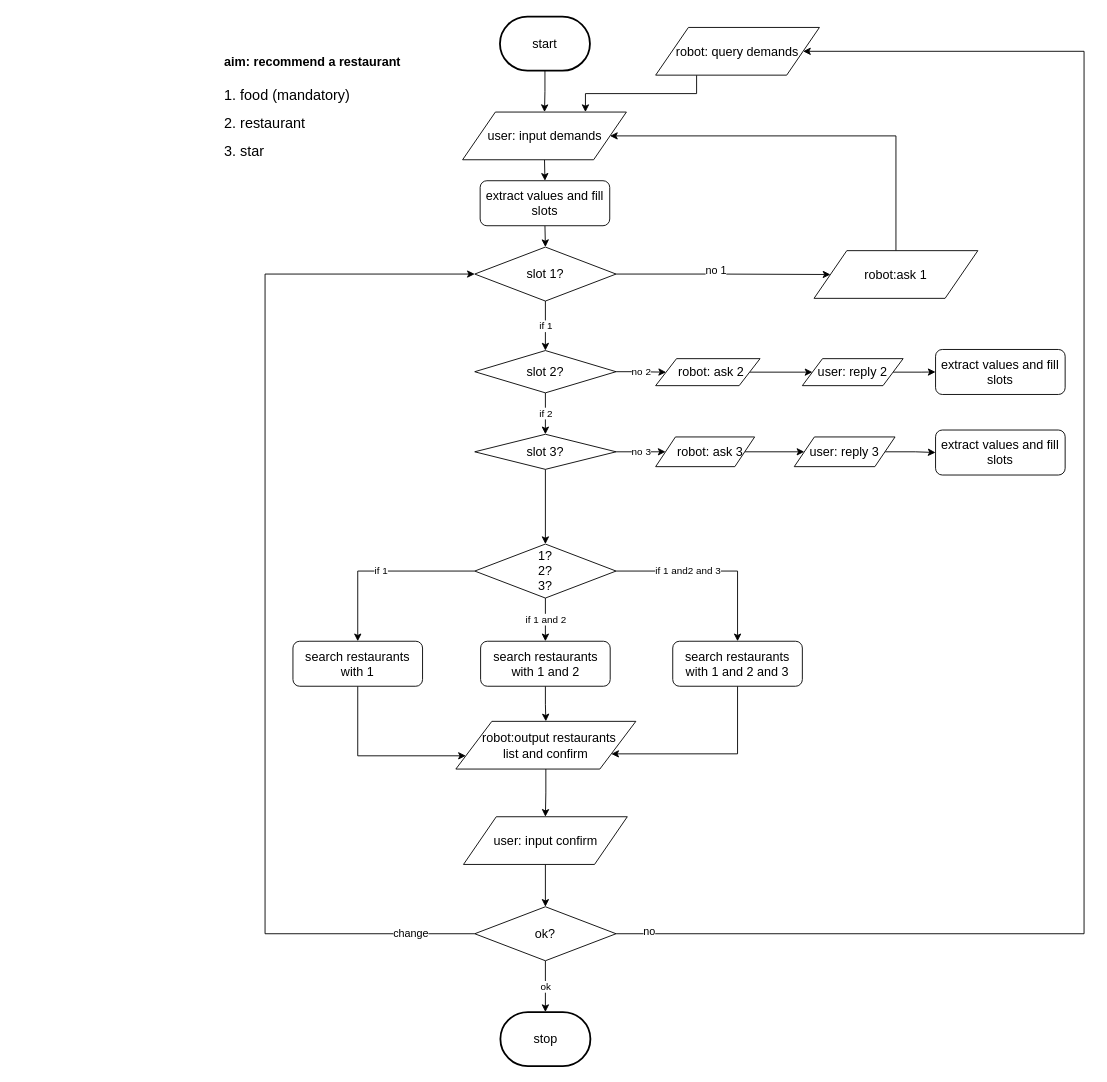
This is flow_diagram/dinning_consult.drawio from ricosr/travel_consult_chatbot, a draw.io file, before an edit. Source tidied: cells renumbered, new cells numbered last; positions are measured from the earlier drawing's top-left corner, leaving out a move shared by most shapes. Both pictures are drawn from the tidied source at 90%, with x=0, y=0 at pixel (220, 16).
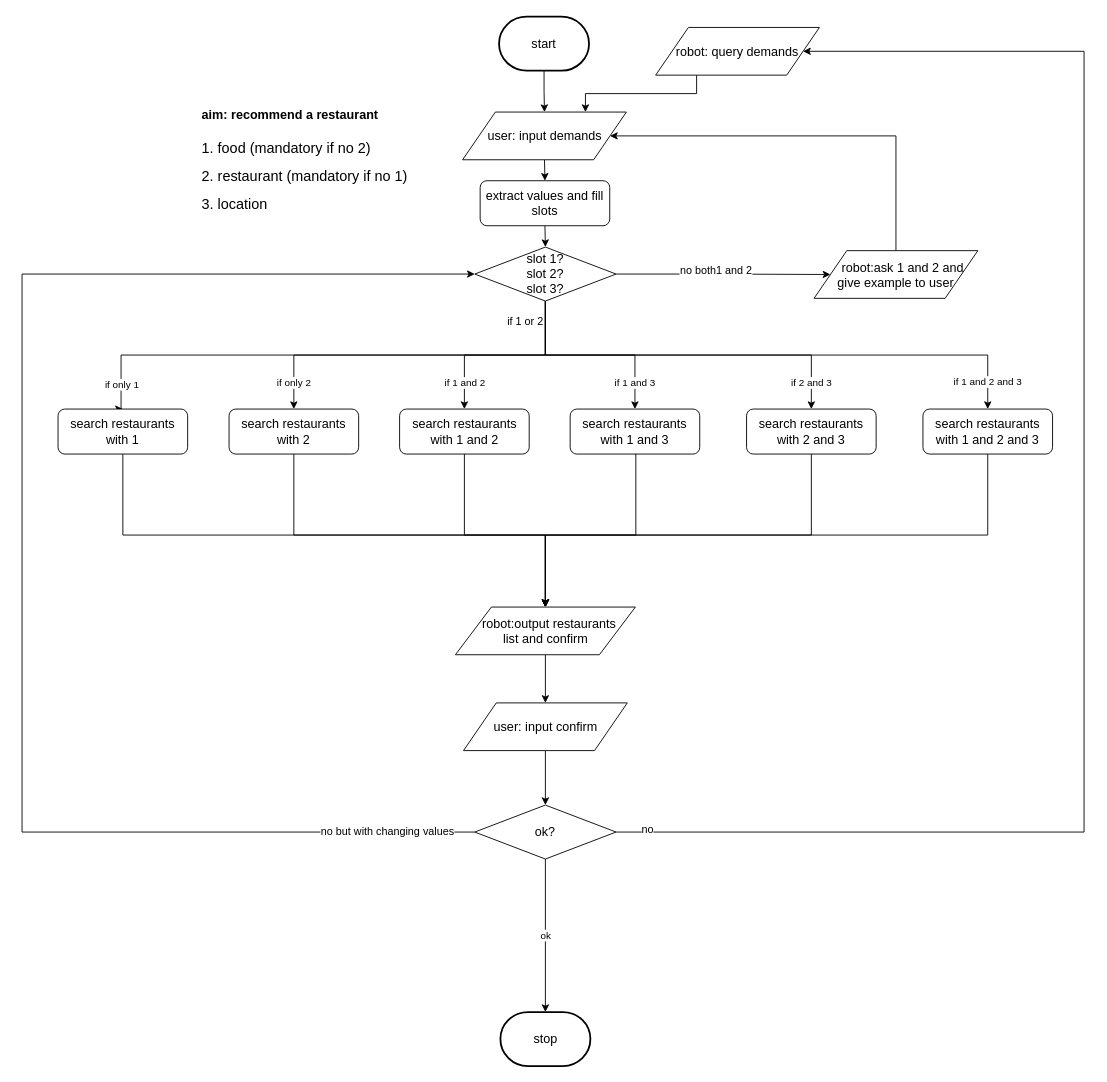
Above is the later version.

The change refers to these unchanged cells:
```xml
<mxCell id="3" style="edgeStyle=orthogonalEdgeStyle;rounded=0;jettySize=auto;html=1;exitX=1;exitY=0.5;exitDx=0;exitDy=0;entryX=0;entryY=0.5;entryDx=0;entryDy=0;" parent="1" edge="1" source="6" target="14">
  <mxGeometry relative="1" as="geometry" />
</mxCell>
<mxCell id="8" value="&lt;font style=&quot;font-size: 14px&quot;&gt;robot:&amp;nbsp;&lt;/font&gt;&lt;span style=&quot;font-size: 14px&quot;&gt;query demands&lt;/span&gt;" style="shape=parallelogram;perimeter=parallelogramPerimeter;whiteSpace=wrap;html=1;" parent="1" vertex="1">
  <mxGeometry x="484" y="12" width="182" height="53" as="geometry" />
</mxCell>
```

The edit, as a diff of the source:
```diff
@@
-    <mxCell id="2" value="&lt;h1&gt;&lt;font style=&quot;font-size: 14px&quot;&gt;aim:&amp;nbsp;recommend a restaurant&lt;/font&gt;&lt;/h1&gt;&lt;p&gt;&lt;font size=&quot;3&quot;&gt;1. food (mandatory)&lt;br&gt;&lt;/font&gt;&lt;/p&gt;&lt;p&gt;&lt;font size=&quot;3&quot;&gt;2. restaurant&lt;/font&gt;&lt;/p&gt;&lt;p&gt;&lt;font size=&quot;3&quot;&gt;3. star&lt;/font&gt;&lt;br&gt;&lt;/p&gt;" style="text;html=1;strokeColor=none;fillColor=none;spacing=5;spacingTop=-20;whiteSpace=wrap;overflow=hidden;rounded=0;" parent="1" vertex="1">
-      <mxGeometry y="26.5" width="220" height="162" as="geometry" />
+    <mxCell id="2" value="&lt;h1&gt;&lt;font style=&quot;font-size: 14px&quot;&gt;aim:&amp;nbsp;recommend a restaurant&lt;/font&gt;&lt;/h1&gt;&lt;p&gt;&lt;font size=&quot;3&quot;&gt;1. food (mandatory if no 2)&lt;br&gt;&lt;/font&gt;&lt;/p&gt;&lt;p&gt;&lt;font size=&quot;3&quot;&gt;2. restaurant (mandatory if no 1)&lt;/font&gt;&lt;/p&gt;&lt;p&gt;&lt;font size=&quot;3&quot;&gt;3. location&lt;/font&gt;&lt;br&gt;&lt;/p&gt;" style="text;html=1;strokeColor=none;fillColor=none;spacing=5;spacingTop=-20;whiteSpace=wrap;overflow=hidden;rounded=0;" parent="1" vertex="1">
+      <mxGeometry x="-25" y="86" width="250" height="131" as="geometry" />
     </mxCell>
@@
-    <mxCell id="4" value="no 1" style="text;html=1;align=center;verticalAlign=middle;labelBackgroundColor=#ffffff;" parent="3" vertex="1">
+    <mxCell id="4" value="no both1 and 2" style="text;html=1;align=center;verticalAlign=middle;labelBackgroundColor=#ffffff;" parent="3" vertex="1">
       <mxGeometry x="-0.07" y="5" relative="1" as="geometry" />
     </mxCell>
-    <mxCell id="5" value="if 1" style="edgeStyle=orthogonalEdgeStyle;rounded=0;jettySize=auto;html=1;entryX=0.5;entryY=0;entryDx=0;entryDy=0;" parent="1" edge="1" source="6" target="46">
-      <mxGeometry relative="1" as="geometry" />
-    </mxCell>
+    <mxCell id="54" value="if 1 and 3" style="edgeStyle=orthogonalEdgeStyle;rounded=0;jettySize=auto;html=1;exitX=0.5;exitY=1;exitDx=0;exitDy=0;entryX=0.5;entryY=0;entryDx=0;entryDy=0;" parent="1" edge="1" source="6" target="58">
+      <mxGeometry x="0.73" relative="1" as="geometry" />
+    </mxCell>
+    <mxCell id="55" value="if 2 and 3" style="edgeStyle=orthogonalEdgeStyle;rounded=0;jettySize=auto;html=1;exitX=0.5;exitY=1;exitDx=0;exitDy=0;entryX=0.5;entryY=0;entryDx=0;entryDy=0;" parent="1" edge="1" source="6" target="60">
+      <mxGeometry x="0.86" relative="1" as="geometry" />
+    </mxCell>
+    <mxCell id="56" value="if 1 and 2 and 3" style="edgeStyle=orthogonalEdgeStyle;rounded=0;jettySize=auto;html=1;exitX=0.5;exitY=1;exitDx=0;exitDy=0;entryX=0.5;entryY=0;entryDx=0;entryDy=0;" parent="1" edge="1" source="6" target="63">
+      <mxGeometry x="0.9" relative="1" as="geometry" />
+    </mxCell>
-    <mxCell id="6" value="&lt;font style=&quot;font-size: 14px&quot;&gt;slot 1?&lt;br&gt;&lt;/font&gt;" style="rhombus;whiteSpace=wrap;html=1;" parent="1" vertex="1">
+    <mxCell id="6" value="&lt;font style=&quot;font-size: 14px&quot;&gt;slot 1?&lt;br&gt;slot 2?&lt;br&gt;slot 3?&lt;br&gt;&lt;/font&gt;" style="rhombus;whiteSpace=wrap;html=1;" parent="1" vertex="1">
       <mxGeometry x="283" y="256" width="157" height="60" as="geometry" />
     </mxCell>
@@
     <mxCell id="10" value="&lt;span style=&quot;font-size: 14px&quot;&gt;start&lt;/span&gt;" style="strokeWidth=2;html=1;shape=mxgraph.flowchart.terminator;whiteSpace=wrap;" parent="1" vertex="1">
-      <mxGeometry x="311" width="100" height="60" as="geometry" />
+      <mxGeometry x="310" width="100" height="60" as="geometry" />
     </mxCell>
@@
-    <mxCell id="14" value="&lt;span style=&quot;font-size: 14px&quot;&gt;robot:ask 1&lt;/span&gt;" style="shape=parallelogram;perimeter=parallelogramPerimeter;whiteSpace=wrap;html=1;" parent="1" vertex="1">
+    <mxCell id="14" value="&lt;span style=&quot;font-size: 14px&quot;&gt;&amp;nbsp; &amp;nbsp; robot:ask 1 and 2 and &lt;br&gt;give example to user&lt;/span&gt;" style="shape=parallelogram;perimeter=parallelogramPerimeter;whiteSpace=wrap;html=1;" parent="1" vertex="1">
       <mxGeometry x="660" y="260" width="182" height="53" as="geometry" />
     </mxCell>
-    <mxCell id="15" style="edgeStyle=orthogonalEdgeStyle;rounded=0;jettySize=auto;html=1;" parent="1" edge="1" source="16" target="18">
-      <mxGeometry relative="1" as="geometry" />
+    <mxCell id="15" style="edgeStyle=orthogonalEdgeStyle;rounded=0;jettySize=auto;html=1;entryX=0.5;entryY=0;entryDx=0;entryDy=0;" parent="1" edge="1" source="16" target="18">
+      <mxGeometry relative="1" as="geometry">
+        <Array as="points">
+          <mxPoint x="82" y="576" />
+          <mxPoint x="362" y="576" />
+        </Array>
+      </mxGeometry>
     </mxCell>
-    <mxCell id="16" value="&lt;span style=&quot;font-size: 14px&quot;&gt;search restaurants with 1 and 2&lt;/span&gt;" style="rounded=1;whiteSpace=wrap;html=1;" parent="1" vertex="1">
-      <mxGeometry x="289.5" y="694" width="144" height="50" as="geometry" />
+    <mxCell id="16" value="&lt;span style=&quot;font-size: 14px&quot;&gt;search restaurants with 2&lt;/span&gt;" style="rounded=1;whiteSpace=wrap;html=1;" parent="1" vertex="1">
+      <mxGeometry x="10" y="436" width="144" height="50" as="geometry" />
     </mxCell>
@@
     <mxCell id="18" value="&lt;span style=&quot;font-size: 14px ; white-space: normal&quot;&gt;&amp;nbsp; &amp;nbsp;robot:output&amp;nbsp;&lt;/span&gt;&lt;span style=&quot;font-size: 14px&quot;&gt;restaurants&lt;/span&gt;&lt;span style=&quot;font-size: 14px ; white-space: normal&quot;&gt;&amp;nbsp;&lt;/span&gt;&lt;br style=&quot;font-size: 14px ; white-space: normal&quot;&gt;&lt;span style=&quot;font-size: 14px ; white-space: normal&quot;&gt;list and confirm&lt;/span&gt;" style="shape=parallelogram;perimeter=parallelogramPerimeter;whiteSpace=wrap;html=1;" parent="1" vertex="1">
-      <mxGeometry x="262" y="783" width="200" height="53" as="geometry" />
+      <mxGeometry x="261.5" y="656" width="200" height="53" as="geometry" />
     </mxCell>
@@
     <mxCell id="20" value="&lt;span style=&quot;font-size: 14px&quot;&gt;user: input confirm&lt;/span&gt;" style="shape=parallelogram;perimeter=parallelogramPerimeter;whiteSpace=wrap;html=1;" parent="1" vertex="1">
-      <mxGeometry x="270.5" y="889" width="182" height="53" as="geometry" />
+      <mxGeometry x="270.5" y="762.5" width="182" height="53" as="geometry" />
     </mxCell>
@@
     <mxCell id="22" style="edgeStyle=orthogonalEdgeStyle;rounded=0;jettySize=auto;html=1;exitX=0;exitY=0.5;exitDx=0;exitDy=0;entryX=0;entryY=0.5;entryDx=0;entryDy=0;" parent="1" edge="1" source="26" target="6">
       <mxGeometry relative="1" as="geometry">
         <Array as="points">
-          <mxPoint x="50" y="1019" />
-          <mxPoint x="50" y="286" />
+          <mxPoint x="-220" y="906" />
+          <mxPoint x="-220" y="286" />
         </Array>
       </mxGeometry>
     </mxCell>
-    <mxCell id="23" value="change" style="text;html=1;align=center;verticalAlign=middle;labelBackgroundColor=#ffffff;" parent="22" vertex="1">
+    <mxCell id="23" value="no but with changing values" style="text;html=1;align=center;verticalAlign=middle;labelBackgroundColor=#ffffff;" parent="22" vertex="1">
       <mxGeometry x="-0.88" y="-1" relative="1" as="geometry" />
     </mxCell>
     <mxCell id="24" style="edgeStyle=orthogonalEdgeStyle;rounded=0;jettySize=auto;html=1;exitX=1;exitY=0.5;exitDx=0;exitDy=0;entryX=1;entryY=0.5;entryDx=0;entryDy=0;" parent="1" edge="1" source="26" target="8">
       <mxGeometry relative="1" as="geometry">
         <Array as="points">
-          <mxPoint x="960" y="1019" />
-          <mxPoint x="960" y="39" />
+          <mxPoint x="960" y="906" />
+          <mxPoint x="960" y="38" />
         </Array>
       </mxGeometry>
     </mxCell>
@@
     <mxCell id="26" value="&lt;font style=&quot;font-size: 14px&quot;&gt;ok?&lt;br&gt;&lt;/font&gt;" style="rhombus;whiteSpace=wrap;html=1;" parent="1" vertex="1">
-      <mxGeometry x="283" y="989" width="157" height="60" as="geometry" />
+      <mxGeometry x="283" y="876" width="157" height="60" as="geometry" />
     </mxCell>
-    <mxCell id="27" style="edgeStyle=orthogonalEdgeStyle;rounded=0;jettySize=auto;html=1;exitX=1;exitY=0.5;exitDx=0;exitDy=0;entryX=0;entryY=0.5;entryDx=0;entryDy=0;" parent="1" edge="1" source="28" target="30">
-      <mxGeometry relative="1" as="geometry" />
-    </mxCell>
-    <mxCell id="28" value="&lt;span style=&quot;font-size: 14px ; white-space: normal&quot;&gt;&amp;nbsp; &amp;nbsp;robot: ask 2&amp;nbsp;&lt;/span&gt;" style="shape=parallelogram;perimeter=parallelogramPerimeter;whiteSpace=wrap;html=1;" parent="1" vertex="1">
-      <mxGeometry x="484" y="380" width="116" height="30" as="geometry" />
-    </mxCell>
-    <mxCell id="29" style="edgeStyle=orthogonalEdgeStyle;rounded=0;jettySize=auto;html=1;" parent="1" edge="1" source="30" target="52">
-      <mxGeometry relative="1" as="geometry" />
-    </mxCell>
-    <mxCell id="30" value="&lt;span style=&quot;font-size: 14px&quot;&gt;user: reply 2&lt;/span&gt;" style="shape=parallelogram;perimeter=parallelogramPerimeter;whiteSpace=wrap;html=1;" parent="1" vertex="1">
-      <mxGeometry x="647" y="380" width="112" height="30" as="geometry" />
-    </mxCell>
-    <mxCell id="31" style="edgeStyle=orthogonalEdgeStyle;rounded=0;jettySize=auto;html=1;exitX=1;exitY=0.5;exitDx=0;exitDy=0;entryX=0;entryY=0.5;entryDx=0;entryDy=0;" parent="1" edge="1" source="32" target="34">
-      <mxGeometry relative="1" as="geometry" />
-    </mxCell>
-    <mxCell id="32" value="&lt;span style=&quot;font-size: 14px ; white-space: normal&quot;&gt;&amp;nbsp; &amp;nbsp;robot: ask 3&lt;/span&gt;" style="shape=parallelogram;perimeter=parallelogramPerimeter;whiteSpace=wrap;html=1;" parent="1" vertex="1">
-      <mxGeometry x="484" y="467" width="110" height="33" as="geometry" />
-    </mxCell>
-    <mxCell id="33" style="edgeStyle=orthogonalEdgeStyle;rounded=0;jettySize=auto;html=1;exitX=1;exitY=0.5;exitDx=0;exitDy=0;entryX=0;entryY=0.5;entryDx=0;entryDy=0;" parent="1" edge="1" source="34" target="53">
-      <mxGeometry relative="1" as="geometry" />
-    </mxCell>
-    <mxCell id="34" value="&lt;span style=&quot;font-size: 14px&quot;&gt;user: reply 3&lt;/span&gt;" style="shape=parallelogram;perimeter=parallelogramPerimeter;whiteSpace=wrap;html=1;" parent="1" vertex="1">
-      <mxGeometry x="638" y="467" width="112" height="33" as="geometry" />
-    </mxCell>
-    <mxCell id="35" value="if 1" style="edgeStyle=orthogonalEdgeStyle;rounded=0;jettySize=auto;html=1;exitX=0;exitY=0.5;exitDx=0;exitDy=0;entryX=0.5;entryY=0;entryDx=0;entryDy=0;" parent="1" edge="1" source="38" target="40">
-      <mxGeometry relative="1" as="geometry" />
+    <mxCell id="35" value="if only 1" style="edgeStyle=orthogonalEdgeStyle;rounded=0;jettySize=auto;html=1;exitX=0.5;exitY=1;exitDx=0;exitDy=0;entryX=0.5;entryY=0;entryDx=0;entryDy=0;" parent="1" edge="1" source="6" target="40">
+      <mxGeometry x="0.9" y="1" relative="1" as="geometry">
+        <Array as="points">
+          <mxPoint x="362" y="376" />
+          <mxPoint x="-110" y="376" />
+        </Array>
+      </mxGeometry>
     </mxCell>
-    <mxCell id="36" value="if 1 and 2" style="edgeStyle=orthogonalEdgeStyle;rounded=0;jettySize=auto;html=1;exitX=0.5;exitY=1;exitDx=0;exitDy=0;entryX=0.5;entryY=0;entryDx=0;entryDy=0;" parent="1" edge="1" source="38" target="16">
-      <mxGeometry relative="1" as="geometry" />
+    <mxCell id="36" value="if only 2" style="edgeStyle=orthogonalEdgeStyle;rounded=0;jettySize=auto;html=1;exitX=0.5;exitY=1;exitDx=0;exitDy=0;entryX=0.5;entryY=0;entryDx=0;entryDy=0;" parent="1" edge="1" source="6" target="16">
+      <mxGeometry x="0.85" relative="1" as="geometry" />
     </mxCell>
-    <mxCell id="37" value="if 1 and2 and 3" style="edgeStyle=orthogonalEdgeStyle;rounded=0;jettySize=auto;html=1;exitX=1;exitY=0.5;exitDx=0;exitDy=0;entryX=0.5;entryY=0;entryDx=0;entryDy=0;" parent="1" edge="1" source="38" target="42">
-      <mxGeometry x="-0.25" relative="1" as="geometry" />
+    <mxCell id="37" value="if 1 and 2" style="edgeStyle=orthogonalEdgeStyle;rounded=0;jettySize=auto;html=1;exitX=0.5;exitY=1;exitDx=0;exitDy=0;entryX=0.5;entryY=0;entryDx=0;entryDy=0;" parent="1" edge="1" source="6" target="42">
+      <mxGeometry x="0.72" relative="1" as="geometry">
+        <Array as="points">
+          <mxPoint x="362" y="376" />
+          <mxPoint x="272" y="376" />
+        </Array>
+      </mxGeometry>
     </mxCell>
-    <mxCell id="38" value="&lt;font style=&quot;font-size: 14px&quot;&gt;1?&lt;br&gt;2?&lt;br&gt;3?&lt;br&gt;&lt;/font&gt;" style="rhombus;whiteSpace=wrap;html=1;" parent="1" vertex="1">
-      <mxGeometry x="283" y="586" width="157" height="60" as="geometry" />
-    </mxCell>
-    <mxCell id="39" style="edgeStyle=orthogonalEdgeStyle;rounded=0;jettySize=auto;html=1;exitX=0.5;exitY=1;exitDx=0;exitDy=0;entryX=0;entryY=0.75;entryDx=0;entryDy=0;" parent="1" edge="1" source="40" target="18">
+    <mxCell id="39" style="edgeStyle=orthogonalEdgeStyle;rounded=0;jettySize=auto;html=1;exitX=0.5;exitY=1;exitDx=0;exitDy=0;entryX=0.5;entryY=0;entryDx=0;entryDy=0;" parent="1" edge="1" source="40" target="18">
       <mxGeometry relative="1" as="geometry">
         <Array as="points">
-          <mxPoint x="153" y="821" />
+          <mxPoint x="-108" y="576" />
+          <mxPoint x="362" y="576" />
         </Array>
       </mxGeometry>
     </mxCell>
     <mxCell id="40" value="&lt;span style=&quot;font-size: 14px&quot;&gt;search restaurants with 1&lt;/span&gt;" style="rounded=1;whiteSpace=wrap;html=1;" parent="1" vertex="1">
-      <mxGeometry x="81" y="694" width="144" height="50" as="geometry" />
+      <mxGeometry x="-180" y="436" width="144" height="50" as="geometry" />
     </mxCell>
-    <mxCell id="41" style="edgeStyle=orthogonalEdgeStyle;rounded=0;jettySize=auto;html=1;exitX=0.5;exitY=1;exitDx=0;exitDy=0;entryX=1;entryY=0.75;entryDx=0;entryDy=0;" parent="1" edge="1" source="42" target="18">
+    <mxCell id="41" style="edgeStyle=orthogonalEdgeStyle;rounded=0;jettySize=auto;html=1;exitX=0.5;exitY=1;exitDx=0;exitDy=0;entryX=0.5;entryY=0;entryDx=0;entryDy=0;" parent="1" edge="1" source="42" target="18">
       <mxGeometry relative="1" as="geometry">
         <Array as="points">
-          <mxPoint x="575" y="819" />
+          <mxPoint x="272" y="576" />
+          <mxPoint x="362" y="576" />
         </Array>
       </mxGeometry>
     </mxCell>
-    <mxCell id="42" value="&lt;span style=&quot;font-size: 14px&quot;&gt;search restaurants with 1 and 2 and 3&lt;/span&gt;" style="rounded=1;whiteSpace=wrap;html=1;" parent="1" vertex="1">
-      <mxGeometry x="503" y="694" width="144" height="50" as="geometry" />
+    <mxCell id="42" value="&lt;span style=&quot;font-size: 14px&quot;&gt;search restaurants with 1 and 2&lt;/span&gt;" style="rounded=1;whiteSpace=wrap;html=1;" parent="1" vertex="1">
+      <mxGeometry x="199.5" y="436" width="144" height="50" as="geometry" />
     </mxCell>
@@
-    <mxCell id="44" value="no 2" style="edgeStyle=orthogonalEdgeStyle;rounded=0;jettySize=auto;html=1;" parent="1" edge="1" source="46" target="28">
-      <mxGeometry relative="1" as="geometry" />
-    </mxCell>
-    <mxCell id="45" value="if 2" style="edgeStyle=orthogonalEdgeStyle;rounded=0;jettySize=auto;html=1;exitX=0.5;exitY=1;exitDx=0;exitDy=0;entryX=0.5;entryY=0;entryDx=0;entryDy=0;" parent="1" edge="1" source="46" target="49">
-      <mxGeometry relative="1" as="geometry" />
-    </mxCell>
-    <mxCell id="46" value="&lt;font style=&quot;font-size: 14px&quot;&gt;slot 2?&lt;br&gt;&lt;/font&gt;" style="rhombus;whiteSpace=wrap;html=1;" parent="1" vertex="1">
-      <mxGeometry x="283" y="371" width="157" height="47" as="geometry" />
-    </mxCell>
-    <mxCell id="47" value="no 3" style="edgeStyle=orthogonalEdgeStyle;rounded=0;jettySize=auto;html=1;exitX=1;exitY=0.5;exitDx=0;exitDy=0;entryX=0;entryY=0.5;entryDx=0;entryDy=0;" parent="1" edge="1" source="49" target="32">
-      <mxGeometry relative="1" as="geometry" />
-    </mxCell>
-    <mxCell id="48" style="edgeStyle=orthogonalEdgeStyle;rounded=0;jettySize=auto;html=1;exitX=0.5;exitY=1;exitDx=0;exitDy=0;entryX=0.5;entryY=0;entryDx=0;entryDy=0;" parent="1" edge="1" source="49" target="38">
-      <mxGeometry relative="1" as="geometry" />
-    </mxCell>
-    <mxCell id="49" value="&lt;font style=&quot;font-size: 14px&quot;&gt;slot 3?&lt;br&gt;&lt;/font&gt;" style="rhombus;whiteSpace=wrap;html=1;" parent="1" vertex="1">
-      <mxGeometry x="283" y="464" width="157" height="39" as="geometry" />
-    </mxCell>
@@
-    <mxCell id="52" value="&lt;font style=&quot;font-size: 14px&quot;&gt;extract values and fill slots&lt;/font&gt;" style="rounded=1;whiteSpace=wrap;html=1;" parent="1" vertex="1">
-      <mxGeometry x="795" y="369.8" width="144" height="50" as="geometry" />
-    </mxCell>
-    <mxCell id="53" value="&lt;font style=&quot;font-size: 14px&quot;&gt;extract values and fill slots&lt;/font&gt;" style="rounded=1;whiteSpace=wrap;html=1;" parent="1" vertex="1">
-      <mxGeometry x="795" y="459.3" width="144" height="50" as="geometry" />
-    </mxCell>
+    <mxCell id="57" style="edgeStyle=orthogonalEdgeStyle;rounded=0;jettySize=auto;html=1;exitX=0.5;exitY=1;exitDx=0;exitDy=0;entryX=0.5;entryY=0;entryDx=0;entryDy=0;" parent="1" edge="1" source="58" target="18">
+      <mxGeometry relative="1" as="geometry">
+        <Array as="points">
+          <mxPoint x="462" y="576" />
+          <mxPoint x="362" y="576" />
+        </Array>
+      </mxGeometry>
+    </mxCell>
+    <mxCell id="58" value="&lt;span style=&quot;font-size: 14px&quot;&gt;search restaurants with 1 and 3&lt;/span&gt;" style="rounded=1;whiteSpace=wrap;html=1;" parent="1" vertex="1">
+      <mxGeometry x="389" y="436" width="144" height="50" as="geometry" />
+    </mxCell>
+    <mxCell id="59" style="edgeStyle=orthogonalEdgeStyle;rounded=0;jettySize=auto;html=1;exitX=0.5;exitY=1;exitDx=0;exitDy=0;entryX=0.5;entryY=0;entryDx=0;entryDy=0;" parent="1" edge="1" source="60" target="18">
+      <mxGeometry relative="1" as="geometry">
+        <Array as="points">
+          <mxPoint x="657" y="576" />
+          <mxPoint x="362" y="576" />
+        </Array>
+      </mxGeometry>
+    </mxCell>
+    <mxCell id="60" value="&lt;span style=&quot;font-size: 14px&quot;&gt;search restaurants with 2 and 3&lt;/span&gt;" style="rounded=1;whiteSpace=wrap;html=1;" parent="1" vertex="1">
+      <mxGeometry x="585" y="436" width="144" height="50" as="geometry" />
+    </mxCell>
+    <mxCell id="61" value="if 1 or 2" style="text;html=1;strokeColor=none;fillColor=none;align=center;verticalAlign=middle;whiteSpace=wrap;rounded=0;" parent="1" vertex="1">
+      <mxGeometry x="310" y="328.5" width="59" height="20" as="geometry" />
+    </mxCell>
+    <mxCell id="62" style="edgeStyle=orthogonalEdgeStyle;rounded=0;jettySize=auto;html=1;exitX=0.5;exitY=1;exitDx=0;exitDy=0;entryX=0.5;entryY=0;entryDx=0;entryDy=0;" parent="1" edge="1" source="63" target="18">
+      <mxGeometry relative="1" as="geometry">
+        <Array as="points">
+          <mxPoint x="853" y="576" />
+          <mxPoint x="362" y="576" />
+        </Array>
+      </mxGeometry>
+    </mxCell>
+    <mxCell id="63" value="&lt;span style=&quot;font-size: 14px&quot;&gt;search restaurants with 1 and 2 and 3&lt;/span&gt;" style="rounded=1;whiteSpace=wrap;html=1;" parent="1" vertex="1">
+      <mxGeometry x="781" y="436" width="144" height="50" as="geometry" />
+    </mxCell>
```
